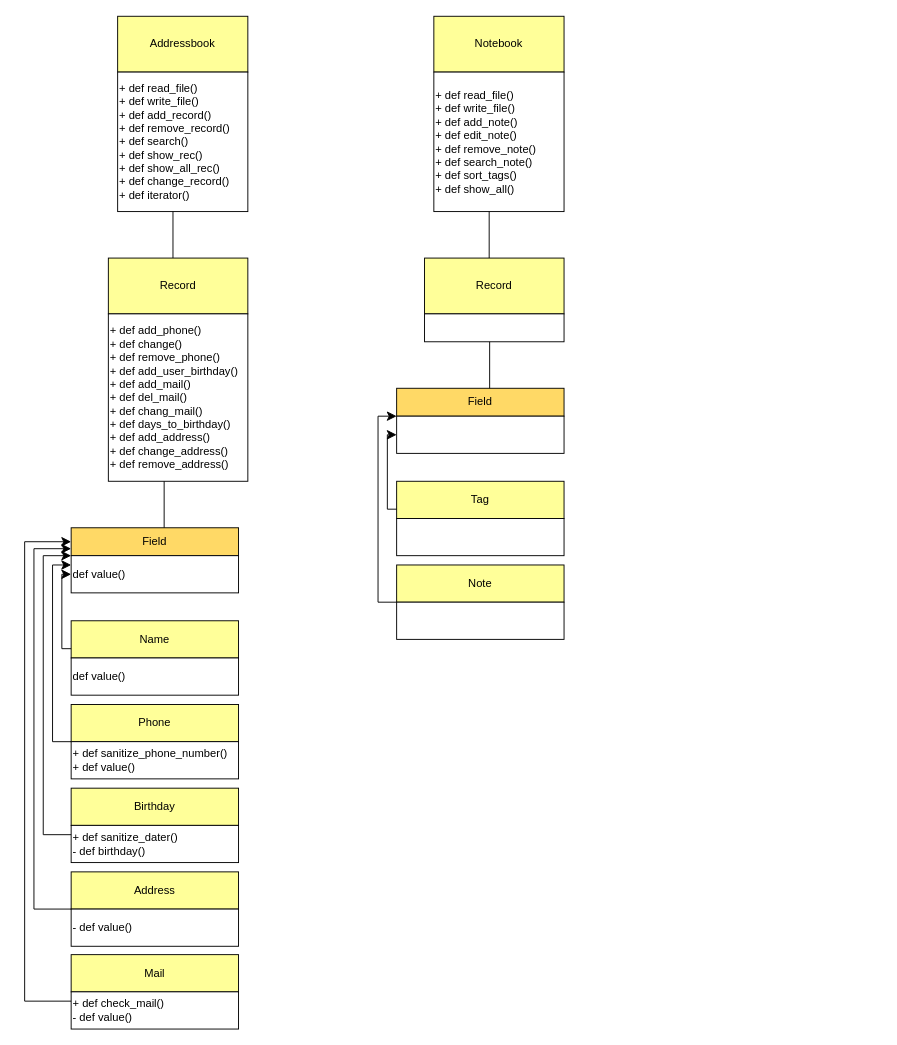
This is UML_Help_Assistant.drawio from DenBilokon/Assistant_PROJECT, a draw.io file, before an edit. Source tidied: cells renumbered, new cells numbered last; positions are measured from the earlier drawing's top-left corner, leaving out a move shared by most shapes. Both pictures are drawn from the tidied source at 93%, with x=0, y=0 at pixel (24, 16).
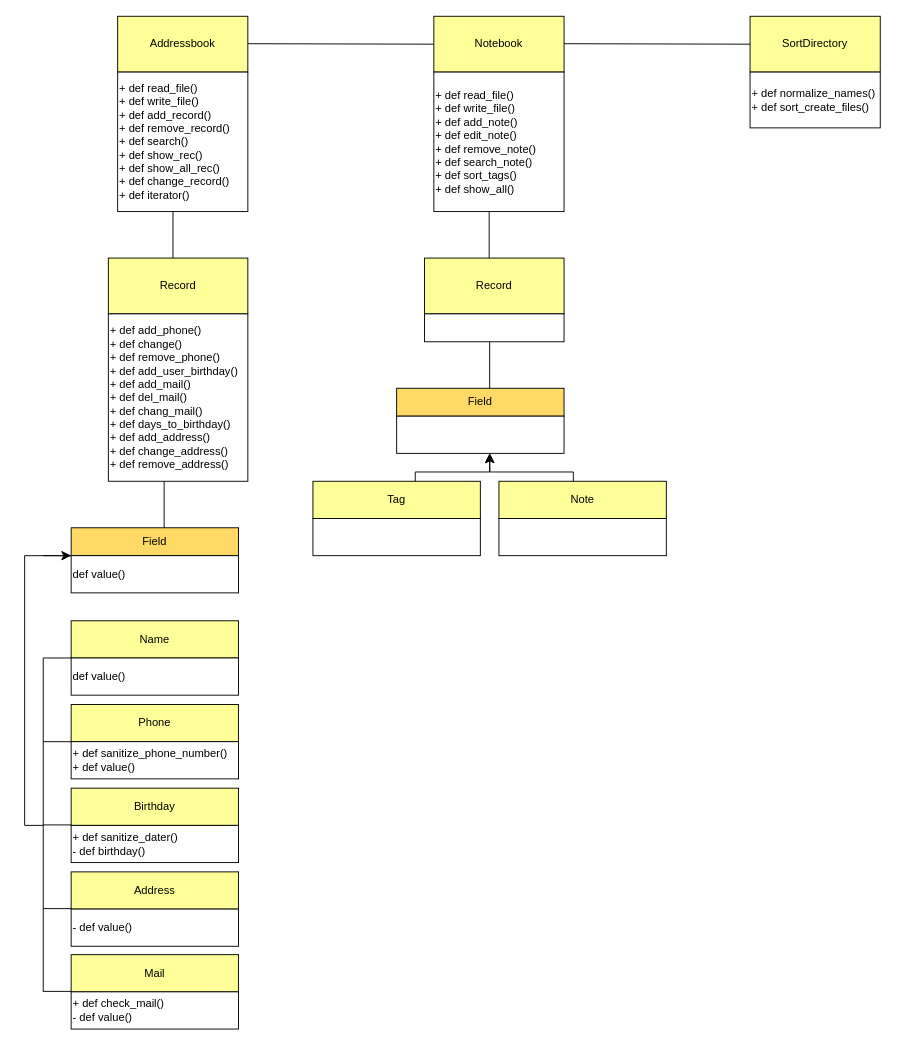
After the change.

Unchanged cells that the change refers to:
```xml
<mxCell id="4" value="Field" style="rounded=0;whiteSpace=wrap;html=1;fillColor=#FFD966;" parent="1" vertex="1">
  <mxGeometry x="50" y="550" width="180" height="30" as="geometry" />
</mxCell>
<mxCell id="5" value="def value()" style="rounded=0;whiteSpace=wrap;html=1;align=left;" parent="1" vertex="1">
  <mxGeometry x="50" y="580" width="180" height="40" as="geometry" />
</mxCell>
<mxCell id="6" value="Name" style="whiteSpace=wrap;html=1;align=center;rounded=0;fillColor=#FFFF99;" parent="1" vertex="1">
  <mxGeometry x="50" y="650" width="180" height="40" as="geometry" />
</mxCell>
<mxCell id="9" value="+ def sanitize_phone_number()&lt;br&gt;+ def value()" style="rounded=0;whiteSpace=wrap;html=1;align=left;" parent="1" vertex="1">
  <mxGeometry x="50" y="780" width="180" height="40" as="geometry" />
</mxCell>
<mxCell id="14" value="+ def sanitize_dater()&lt;br&gt;- def birthday()" style="rounded=0;whiteSpace=wrap;html=1;align=left;" parent="1" vertex="1">
  <mxGeometry x="50" y="870" width="180" height="40" as="geometry" />
</mxCell>
<mxCell id="16" value="- def value()" style="rounded=0;whiteSpace=wrap;html=1;align=left;" parent="1" vertex="1">
  <mxGeometry x="50" y="960" width="180" height="40" as="geometry" />
</mxCell>
<mxCell id="18" value="+ def check_mail()&lt;br&gt;- def value()" style="rounded=0;whiteSpace=wrap;html=1;align=left;" parent="1" vertex="1">
  <mxGeometry x="50" y="1049" width="180" height="40" as="geometry" />
</mxCell>
<mxCell id="25" value="Notebook" style="rounded=0;whiteSpace=wrap;html=1;fillColor=#FFFF99;" parent="1" vertex="1">
  <mxGeometry x="440" width="140" height="60" as="geometry" />
</mxCell>
<mxCell id="27" value="Field" style="rounded=0;whiteSpace=wrap;html=1;fillColor=#FFD966;" parent="1" vertex="1">
  <mxGeometry x="400" y="400" width="180" height="30" as="geometry" />
</mxCell>
<mxCell id="28" style="rounded=0;whiteSpace=wrap;html=1;align=left;" parent="1" vertex="1">
  <mxGeometry x="400" y="430" width="180" height="40" as="geometry" />
</mxCell>
```

Diff of the diagram source:
```diff
@@
-    <mxCell id="19" style="edgeStyle=elbowEdgeStyle;elbow=horizontal;endArrow=classic;html=1;curved=0;rounded=0;endSize=8;startSize=8;strokeColor=default;exitX=0;exitY=0.75;exitDx=0;exitDy=0;" parent="1" edge="1" source="6">
-      <mxGeometry relative="1" as="geometry">
-        <mxPoint x="50" y="600" as="targetPoint" />
-        <Array as="points">
-          <mxPoint x="40" y="640" />
-        </Array>
-      </mxGeometry>
-    </mxCell>
-    <mxCell id="20" style="edgeStyle=elbowEdgeStyle;elbow=horizontal;endArrow=classic;html=1;curved=0;rounded=0;endSize=8;startSize=8;strokeColor=default;exitX=0;exitY=0;exitDx=0;exitDy=0;entryX=0;entryY=0.25;entryDx=0;entryDy=0;" parent="1" edge="1" source="9" target="5">
-      <mxGeometry relative="1" as="geometry">
-        <Array as="points">
-          <mxPoint x="30" y="740" />
-        </Array>
-      </mxGeometry>
-    </mxCell>
-    <mxCell id="21" style="edgeStyle=elbowEdgeStyle;elbow=horizontal;endArrow=classic;html=1;curved=0;rounded=0;endSize=8;startSize=8;strokeColor=default;exitX=0;exitY=0.25;exitDx=0;exitDy=0;entryX=0;entryY=0;entryDx=0;entryDy=0;" parent="1" edge="1" source="14" target="5">
-      <mxGeometry relative="1" as="geometry">
-        <Array as="points">
-          <mxPoint x="20" y="840" />
-        </Array>
-      </mxGeometry>
-    </mxCell>
-    <mxCell id="22" style="edgeStyle=elbowEdgeStyle;elbow=horizontal;endArrow=classic;html=1;curved=0;rounded=0;endSize=8;startSize=8;strokeColor=default;exitX=0;exitY=0;exitDx=0;exitDy=0;entryX=0;entryY=0.75;entryDx=0;entryDy=0;" parent="1" edge="1" source="16" target="4">
-      <mxGeometry relative="1" as="geometry">
-        <Array as="points">
-          <mxPoint x="10" y="920" />
-        </Array>
-      </mxGeometry>
-    </mxCell>
-    <mxCell id="23" style="edgeStyle=elbowEdgeStyle;elbow=horizontal;endArrow=classic;html=1;curved=0;rounded=0;endSize=8;startSize=8;strokeColor=default;exitX=0;exitY=0.25;exitDx=0;exitDy=0;entryX=0;entryY=0.5;entryDx=0;entryDy=0;" parent="1" edge="1" source="18" target="4">
-      <mxGeometry relative="1" as="geometry">
-        <Array as="points">
-          <mxPoint y="1017" />
-        </Array>
-      </mxGeometry>
-    </mxCell>
@@
     <mxCell id="29" value="Tag" style="whiteSpace=wrap;html=1;align=center;rounded=0;fillColor=#FFFF99;" parent="1" vertex="1">
-      <mxGeometry x="400" y="500" width="180" height="40" as="geometry" />
+      <mxGeometry x="310" y="500" width="180" height="40" as="geometry" />
     </mxCell>
     <mxCell id="30" style="rounded=0;whiteSpace=wrap;html=1;align=left;" parent="1" vertex="1">
-      <mxGeometry x="400" y="540" width="180" height="40" as="geometry" />
+      <mxGeometry x="310" y="540" width="180" height="40" as="geometry" />
     </mxCell>
     <mxCell id="31" value="Note" style="whiteSpace=wrap;html=1;align=center;rounded=0;fillColor=#FFFF99;" parent="1" vertex="1">
-      <mxGeometry x="400" y="590" width="180" height="40" as="geometry" />
+      <mxGeometry x="510" y="500" width="180" height="40" as="geometry" />
     </mxCell>
     <mxCell id="32" style="rounded=0;whiteSpace=wrap;html=1;align=left;" parent="1" vertex="1">
-      <mxGeometry x="400" y="630" width="180" height="40" as="geometry" />
+      <mxGeometry x="510" y="540" width="180" height="40" as="geometry" />
     </mxCell>
@@
-    <mxCell id="36" style="edgeStyle=elbowEdgeStyle;elbow=horizontal;endArrow=classic;html=1;curved=0;rounded=0;endSize=8;startSize=8;strokeColor=default;exitX=0;exitY=0.75;exitDx=0;exitDy=0;" parent="1" edge="1" source="29">
-      <mxGeometry relative="1" as="geometry">
-        <mxPoint x="400" y="450" as="targetPoint" />
-        <Array as="points">
-          <mxPoint x="390" y="490" />
-        </Array>
-      </mxGeometry>
-    </mxCell>
-    <mxCell id="37" style="edgeStyle=elbowEdgeStyle;elbow=horizontal;endArrow=classic;html=1;curved=0;rounded=0;endSize=8;startSize=8;strokeColor=default;exitX=0;exitY=0;exitDx=0;exitDy=0;entryX=0;entryY=1;entryDx=0;entryDy=0;" parent="1" edge="1" source="32" target="27">
-      <mxGeometry relative="1" as="geometry">
-        <Array as="points">
-          <mxPoint x="380" y="590" />
-        </Array>
-      </mxGeometry>
-    </mxCell>
@@
+    <mxCell id="39" value="SortDirectory" style="rounded=0;whiteSpace=wrap;html=1;fillColor=#FFFF99;" parent="1" vertex="1">
+      <mxGeometry x="780" width="140" height="60" as="geometry" />
+    </mxCell>
+    <mxCell id="40" value="+ def normalize_names()&lt;br&gt;+ def sort_create_files()" style="rounded=0;whiteSpace=wrap;html=1;align=left;" parent="1" vertex="1">
+      <mxGeometry x="780" y="60" width="140" height="60" as="geometry" />
+    </mxCell>
+    <mxCell id="41" style="endArrow=none;html=1;rounded=0;strokeColor=default;entryX=0;entryY=0.5;entryDx=0;entryDy=0;" parent="1" edge="1" target="25">
+      <mxGeometry relative="1" as="geometry">
+        <mxPoint x="240" y="29.5" as="sourcePoint" />
+      </mxGeometry>
+    </mxCell>
+    <mxCell id="42" style="endArrow=none;html=1;rounded=0;strokeColor=default;entryX=0;entryY=0.5;entryDx=0;entryDy=0;" parent="1" edge="1">
+      <mxGeometry relative="1" as="geometry">
+        <mxPoint x="580" y="29.5" as="sourcePoint" />
+        <mxPoint x="780" y="30" as="targetPoint" />
+      </mxGeometry>
+    </mxCell>
+    <mxCell id="43" style="endArrow=none;html=1;rounded=0;strokeColor=default;" parent="1" edge="1">
+      <mxGeometry relative="1" as="geometry">
+        <mxPoint x="20" y="580" as="sourcePoint" />
+        <mxPoint x="50" y="580" as="targetPoint" />
+      </mxGeometry>
+    </mxCell>
+    <mxCell id="44" style="endArrow=none;html=1;rounded=0;strokeColor=default;" parent="1" edge="1">
+      <mxGeometry relative="1" as="geometry">
+        <mxPoint x="20" y="690" as="sourcePoint" />
+        <mxPoint x="50" y="690" as="targetPoint" />
+      </mxGeometry>
+    </mxCell>
+    <mxCell id="45" style="endArrow=none;html=1;rounded=0;strokeColor=default;" parent="1" edge="1">
+      <mxGeometry relative="1" as="geometry">
+        <mxPoint x="20" y="780" as="sourcePoint" />
+        <mxPoint x="50" y="780" as="targetPoint" />
+      </mxGeometry>
+    </mxCell>
+    <mxCell id="46" style="endArrow=none;html=1;rounded=0;strokeColor=default;" parent="1" edge="1">
+      <mxGeometry relative="1" as="geometry">
+        <mxPoint x="20" y="869.5" as="sourcePoint" />
+        <mxPoint x="50" y="869.5" as="targetPoint" />
+      </mxGeometry>
+    </mxCell>
+    <mxCell id="47" style="endArrow=none;html=1;rounded=0;strokeColor=default;" parent="1" edge="1">
+      <mxGeometry relative="1" as="geometry">
+        <mxPoint x="20" y="959.5" as="sourcePoint" />
+        <mxPoint x="50" y="959.5" as="targetPoint" />
+      </mxGeometry>
+    </mxCell>
+    <mxCell id="48" style="endArrow=none;html=1;rounded=0;strokeColor=default;" parent="1" edge="1">
+      <mxGeometry relative="1" as="geometry">
+        <mxPoint x="20" y="1048.5" as="sourcePoint" />
+        <mxPoint x="50" y="1048.5" as="targetPoint" />
+      </mxGeometry>
+    </mxCell>
+    <mxCell id="49" style="endArrow=none;html=1;rounded=0;strokeColor=default;" parent="1" edge="1">
+      <mxGeometry relative="1" as="geometry">
+        <mxPoint x="20" y="690" as="sourcePoint" />
+        <mxPoint x="20" y="1049" as="targetPoint" />
+      </mxGeometry>
+    </mxCell>
+    <mxCell id="50" style="edgeStyle=elbowEdgeStyle;elbow=horizontal;endArrow=classic;html=1;curved=0;rounded=0;endSize=8;startSize=8;strokeColor=default;" parent="1" edge="1">
+      <mxGeometry relative="1" as="geometry">
+        <mxPoint x="20" y="870" as="sourcePoint" />
+        <mxPoint x="50" y="580" as="targetPoint" />
+        <Array as="points">
+          <mxPoint y="700" />
+        </Array>
+      </mxGeometry>
+    </mxCell>
+    <mxCell id="51" style="edgeStyle=elbowEdgeStyle;elbow=vertical;endArrow=classic;html=1;curved=0;rounded=0;endSize=8;startSize=8;strokeColor=default;entryX=0.556;entryY=0.995;entryDx=0;entryDy=0;entryPerimeter=0;" parent="1" edge="1" target="28">
+      <mxGeometry relative="1" as="geometry">
+        <mxPoint x="420" y="500" as="sourcePoint" />
+        <Array as="points">
+          <mxPoint x="450" y="490" />
+        </Array>
+      </mxGeometry>
+    </mxCell>
+    <mxCell id="52" style="edgeStyle=elbowEdgeStyle;elbow=vertical;endArrow=classic;html=1;curved=0;rounded=0;endSize=8;startSize=8;strokeColor=default;entryX=0.556;entryY=1;entryDx=0;entryDy=0;entryPerimeter=0;" parent="1" edge="1" target="28">
+      <mxGeometry relative="1" as="geometry">
+        <mxPoint x="590" y="500" as="sourcePoint" />
+        <Array as="points">
+          <mxPoint x="454" y="490" />
+        </Array>
+      </mxGeometry>
+    </mxCell>
```
